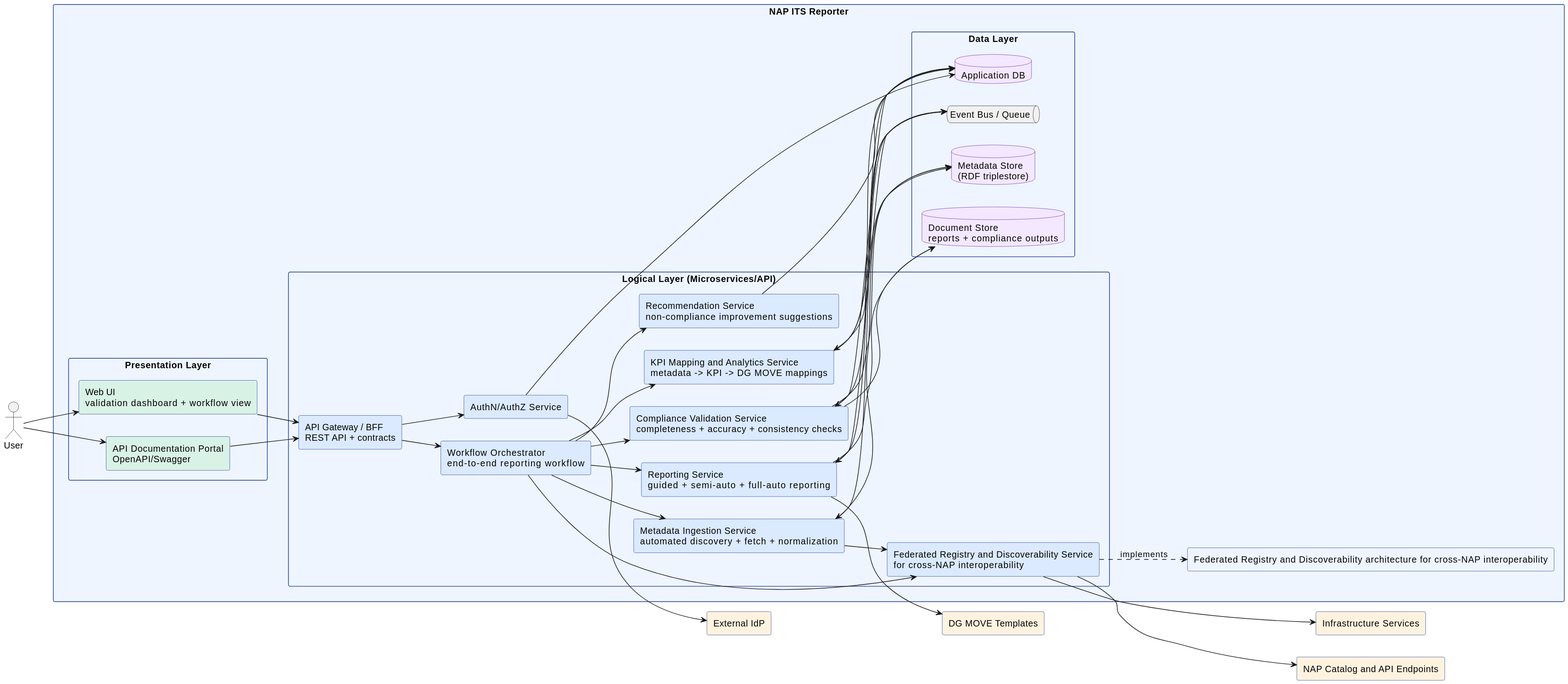
Before: docs/architecture/svg/container.svg, a diagram exported from PlantUML (UM-KGPI/Napcore-ITS-Reporting).
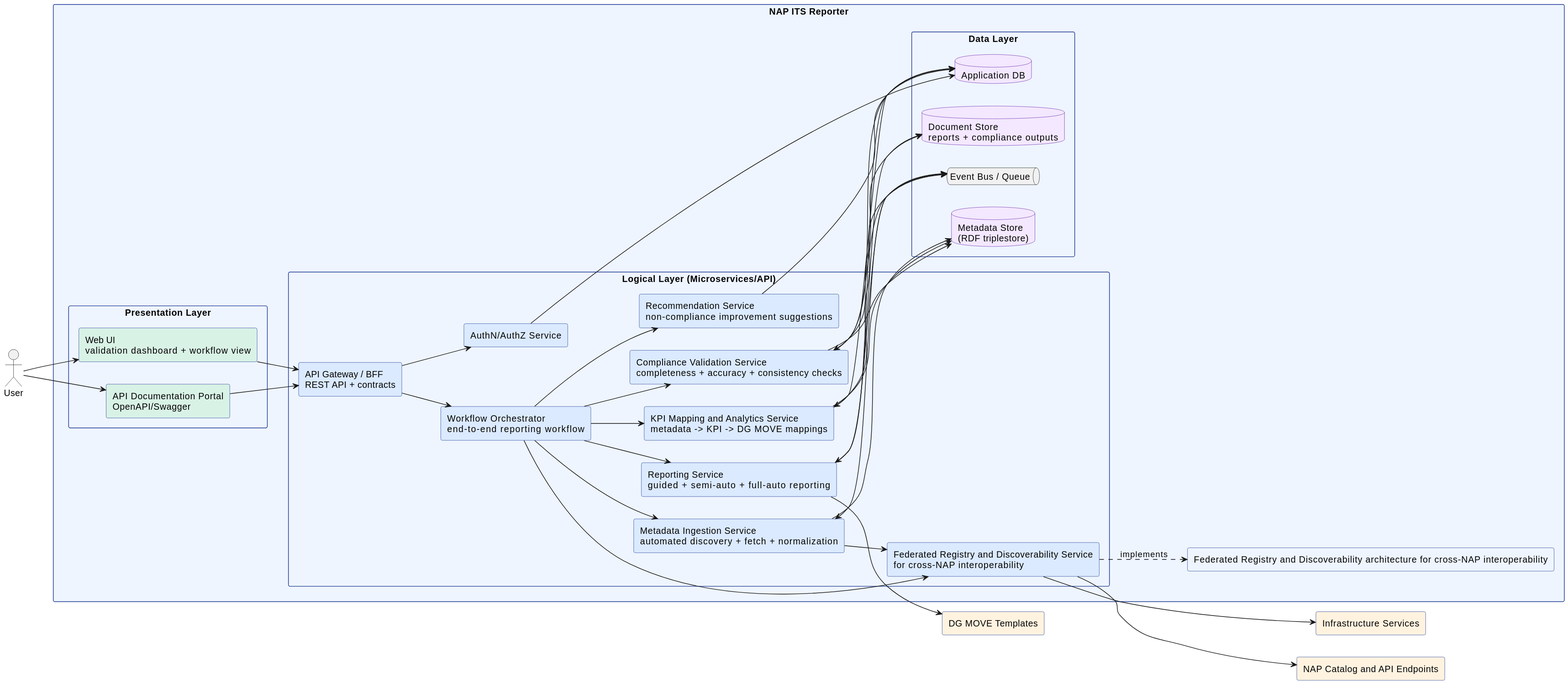
After the change.

Commit message:
Remove external identity provider from architecture views

The edit, as a diff of the source:
```diff
@@ -46,7 +46,6 @@
 rectangle "NAP Catalog and API Endpoints" as NAP #fff3e0
 rectangle "Infrastructure Services" as INFRA #fff3e0
 rectangle "DG MOVE Templates" as DGT #fff3e0
-rectangle "External IdP" as IDP #fff3e0
 
 USER --> UI
 UI --> BFF
@@ -82,6 +81,5 @@
 KPI <--> MQ
 REP <--> MQ
 
-IAM --> IDP
 IAM --> APPDB
 @enduml
```
